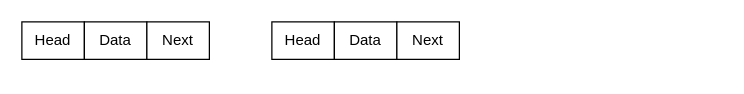
Earlier version of the draw.io diagram singly_linked_lists/Nodes.drawio (camtimms/holbertonschool-low_level_programming). Source tidied: cells renumbered, new cells numbered last; positions are measured from the earlier drawing's top-left corner, leaving out a move shared by most shapes. Both pictures are drawn from the tidied source at 125%, with x=0, y=0 at pixel (21, 21).
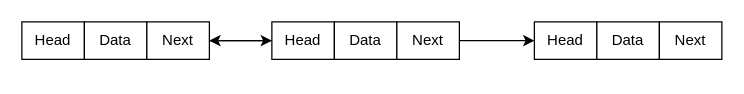
After the change.

What changed in the source:
```diff
@@
 <mxGraphModel>
   <root>
     <mxCell id="0" />
     <mxCell id="1" parent="0" />
     <mxCell id="2" style="group;" parent="1" vertex="1">
       <mxGeometry width="150" height="30" as="geometry" />
     </mxCell>
     <mxCell id="3" style="group;" parent="2" vertex="1">
       <mxGeometry width="150" height="30" as="geometry" />
     </mxCell>
     <mxCell id="4" value="Head" style="rounded=0;whiteSpace=wrap;html=1;" parent="3" vertex="1">
       <mxGeometry width="50" height="30" as="geometry" />
     </mxCell>
     <mxCell id="5" value="Data" style="whiteSpace=wrap;html=1;" parent="3" vertex="1">
       <mxGeometry x="50" width="50" height="30" as="geometry" />
     </mxCell>
     <mxCell id="6" value="Next" style="rounded=0;whiteSpace=wrap;html=1;" parent="3" vertex="1">
       <mxGeometry x="100" width="50" height="30" as="geometry" />
     </mxCell>
     <mxCell id="7" style="group;" parent="1" vertex="1">
       <mxGeometry x="10" y="10" width="150" height="30" as="geometry" />
     </mxCell>
     <mxCell id="8" style="group;" parent="1" vertex="1">
       <mxGeometry x="200" width="150" height="30" as="geometry" />
     </mxCell>
     <mxCell id="9" value="Head" style="rounded=0;whiteSpace=wrap;html=1;" parent="8" vertex="1">
       <mxGeometry width="50" height="30" as="geometry" />
     </mxCell>
     <mxCell id="10" value="Data" style="whiteSpace=wrap;html=1;" parent="8" vertex="1">
       <mxGeometry x="50" width="50" height="30" as="geometry" />
     </mxCell>
     <mxCell id="11" value="Next" style="rounded=0;whiteSpace=wrap;html=1;" parent="8" vertex="1">
       <mxGeometry x="100" width="50" height="30" as="geometry" />
     </mxCell>
+    <mxCell id="12" style="edgeStyle=orthogonalEdgeStyle;rounded=0;jettySize=auto;html=1;" parent="1" edge="1" source="6">
+      <mxGeometry relative="1" as="geometry">
+        <mxPoint x="200" y="15" as="targetPoint" />
+      </mxGeometry>
+    </mxCell>
+    <mxCell id="13" style="group;" parent="1" vertex="1">
+      <mxGeometry x="410" width="150" height="30" as="geometry" />
+    </mxCell>
+    <mxCell id="14" value="Head" style="rounded=0;whiteSpace=wrap;html=1;" parent="13" vertex="1">
+      <mxGeometry width="50" height="30" as="geometry" />
+    </mxCell>
+    <mxCell id="15" value="Data" style="whiteSpace=wrap;html=1;" parent="13" vertex="1">
+      <mxGeometry x="50" width="50" height="30" as="geometry" />
+    </mxCell>
+    <mxCell id="16" value="Next" style="rounded=0;whiteSpace=wrap;html=1;" parent="13" vertex="1">
+      <mxGeometry x="100" width="50" height="30" as="geometry" />
+    </mxCell>
+    <mxCell id="17" style="edgeStyle=orthogonalEdgeStyle;rounded=0;jettySize=auto;html=1;" parent="1" edge="1" source="9" target="6">
+      <mxGeometry relative="1" as="geometry" />
+    </mxCell>
+    <mxCell id="18" style="endArrow=classic;html=1;rounded=0;exitX=1;exitY=0.5;exitDx=0;exitDy=0;entryX=0;entryY=0.5;entryDx=0;entryDy=0;" parent="1" edge="1" source="11" target="14">
+      <mxGeometry relative="1" as="geometry" />
+    </mxCell>
   </root>
 </mxGraphModel>
```
